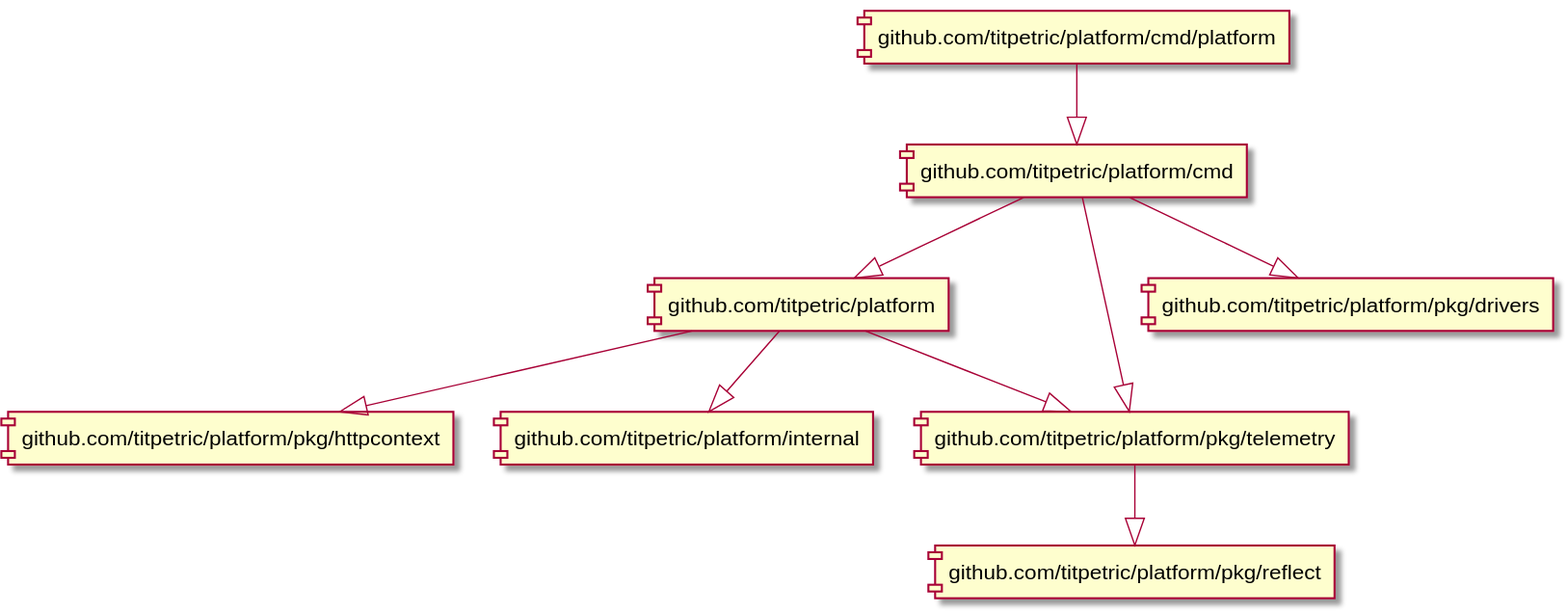
The PlantUML diagram docs/imports.svg in titpetric/platform, before a commit.
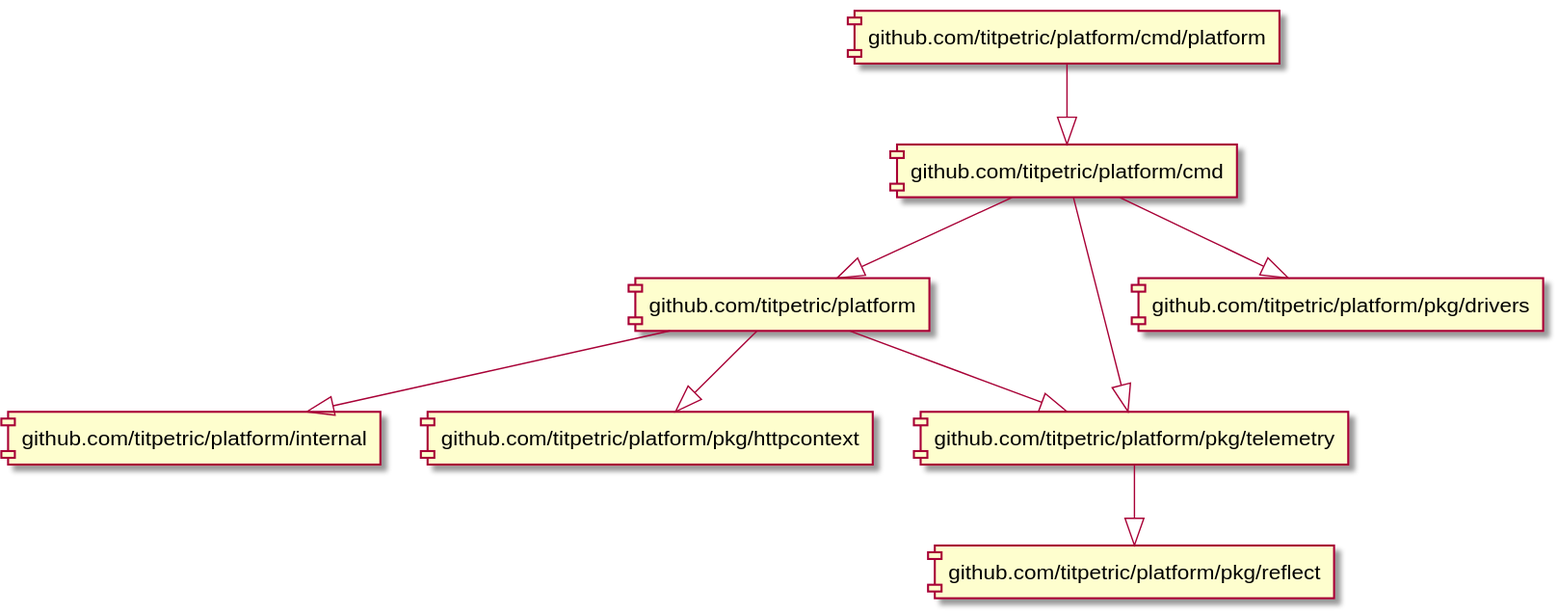
After the commit.

What changed in the source:
```diff
@@ -1,7 +1,7 @@
 @startuml
+[github.com/titpetric/platform] --|> [github.com/titpetric/platform/internal]
 [github.com/titpetric/platform] --|> [github.com/titpetric/platform/pkg/httpcontext]
 [github.com/titpetric/platform] --|> [github.com/titpetric/platform/pkg/telemetry]
-[github.com/titpetric/platform] --|> [github.com/titpetric/platform/internal]
 [github.com/titpetric/platform/cmd] --|> [github.com/titpetric/platform]
 [github.com/titpetric/platform/cmd] --|> [github.com/titpetric/platform/pkg/drivers]
 [github.com/titpetric/platform/cmd] --|> [github.com/titpetric/platform/pkg/telemetry]
```
